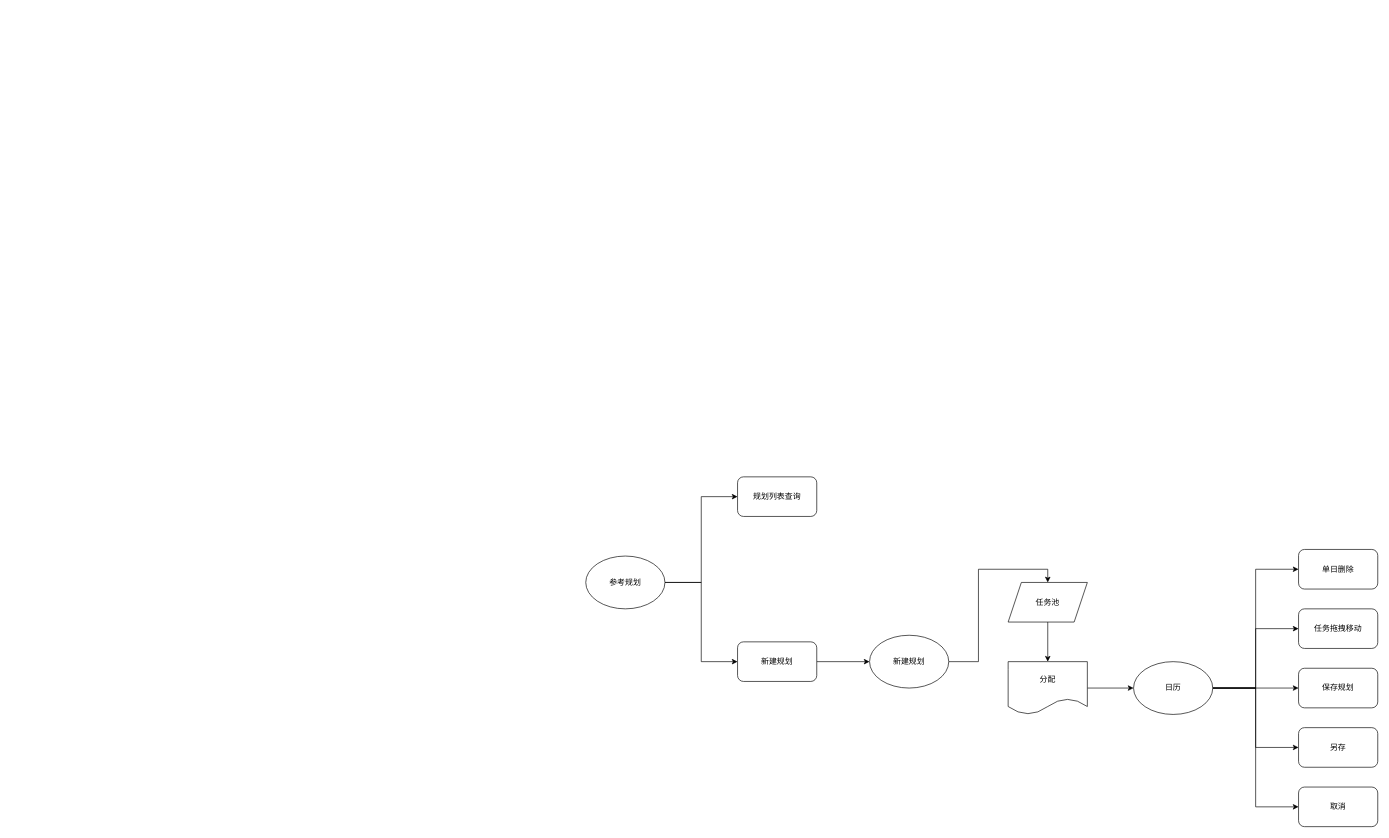
The draw.io diagram 自动分配任务.drawio in me-Minion/draw, before the edit. Source tidied: cells renumbered, new cells numbered last; positions are measured from the earlier drawing's top-left corner, leaving out a move shared by most shapes. Both pictures are drawn from the tidied source at 66%, with x=0, y=0 at pixel (585, 477).
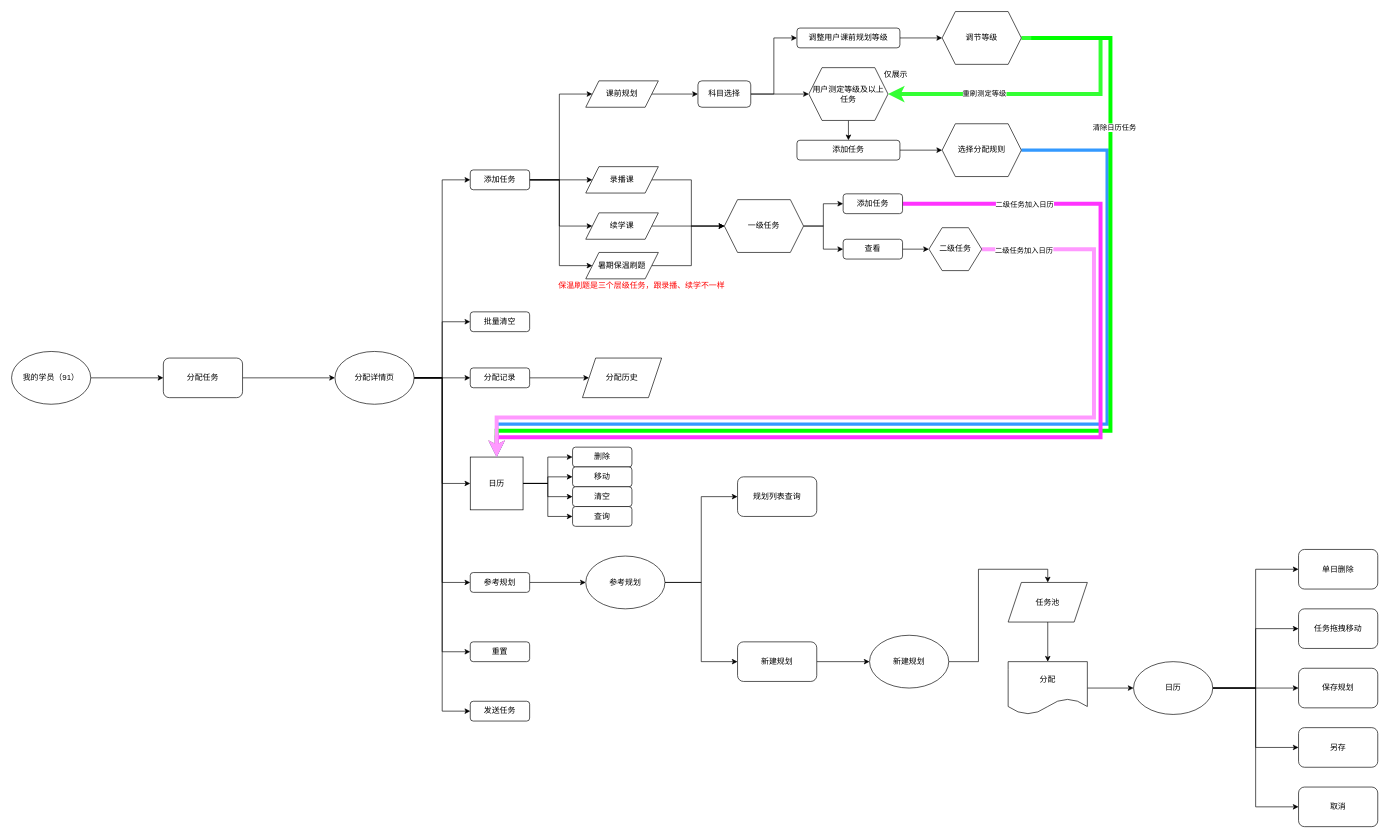
The same page after the edit.

Commit message (it also covers changes not shown here):
更新自动分配任务.drawio

The change refers to these unchanged cells:
```xml
<mxCell id="4" value="参考规划" style="ellipse;whiteSpace=wrap;html=1;" parent="1" vertex="1">
  <mxGeometry y="120" width="120" height="80" as="geometry" />
</mxCell>
```

Change to the diagram source:
```diff
@@
+    <mxCell id="25" style="edgeStyle=orthogonalEdgeStyle;rounded=0;jettySize=auto;html=1;exitX=1;exitY=0.5;exitDx=0;exitDy=0;" parent="1" edge="1" source="26" target="28">
+      <mxGeometry relative="1" as="geometry" />
+    </mxCell>
+    <mxCell id="26" value="我的学员（91）" style="ellipse;whiteSpace=wrap;html=1;" parent="1" vertex="1">
+      <mxGeometry x="-870" y="-190" width="120" height="80" as="geometry" />
+    </mxCell>
+    <mxCell id="27" style="edgeStyle=orthogonalEdgeStyle;rounded=0;jettySize=auto;html=1;exitX=1;exitY=0.5;exitDx=0;exitDy=0;" parent="1" edge="1" source="28" target="36">
+      <mxGeometry relative="1" as="geometry" />
+    </mxCell>
+    <mxCell id="28" value="分配任务" style="rounded=1;whiteSpace=wrap;html=1;" parent="1" vertex="1">
+      <mxGeometry x="-640" y="-180" width="120" height="60" as="geometry" />
+    </mxCell>
+    <mxCell id="29" style="edgeStyle=orthogonalEdgeStyle;rounded=0;jettySize=auto;html=1;exitX=1;exitY=0.5;exitDx=0;exitDy=0;entryX=0;entryY=0.5;entryDx=0;entryDy=0;" parent="1" edge="1" source="36" target="41">
+      <mxGeometry relative="1" as="geometry" />
+    </mxCell>
+    <mxCell id="30" style="edgeStyle=orthogonalEdgeStyle;rounded=0;jettySize=auto;html=1;exitX=1;exitY=0.5;exitDx=0;exitDy=0;entryX=0;entryY=0.5;entryDx=0;entryDy=0;" parent="1" edge="1" source="36" target="42">
+      <mxGeometry relative="1" as="geometry" />
+    </mxCell>
+    <mxCell id="31" style="edgeStyle=orthogonalEdgeStyle;rounded=0;jettySize=auto;html=1;exitX=1;exitY=0.5;exitDx=0;exitDy=0;entryX=0;entryY=0.5;entryDx=0;entryDy=0;" parent="1" edge="1" source="36" target="44">
+      <mxGeometry relative="1" as="geometry" />
+    </mxCell>
+    <mxCell id="32" style="edgeStyle=orthogonalEdgeStyle;rounded=0;jettySize=auto;html=1;exitX=1;exitY=0.5;exitDx=0;exitDy=0;entryX=0;entryY=0.5;entryDx=0;entryDy=0;" parent="1" edge="1" source="36" target="49">
+      <mxGeometry relative="1" as="geometry" />
+    </mxCell>
+    <mxCell id="33" style="edgeStyle=orthogonalEdgeStyle;rounded=0;jettySize=auto;html=1;exitX=1;exitY=0.5;exitDx=0;exitDy=0;entryX=0;entryY=0.5;entryDx=0;entryDy=0;" parent="1" edge="1" source="36" target="51">
+      <mxGeometry relative="1" as="geometry" />
+    </mxCell>
+    <mxCell id="34" style="edgeStyle=orthogonalEdgeStyle;rounded=0;jettySize=auto;html=1;exitX=1;exitY=0.5;exitDx=0;exitDy=0;entryX=0;entryY=0.5;entryDx=0;entryDy=0;" parent="1" edge="1" source="36" target="90">
+      <mxGeometry relative="1" as="geometry" />
+    </mxCell>
+    <mxCell id="35" style="edgeStyle=orthogonalEdgeStyle;rounded=0;jettySize=auto;html=1;exitX=1;exitY=0.5;exitDx=0;exitDy=0;entryX=0;entryY=0.5;entryDx=0;entryDy=0;" parent="1" edge="1" source="36" target="91">
+      <mxGeometry relative="1" as="geometry" />
+    </mxCell>
+    <mxCell id="36" value="分配详情页" style="ellipse;whiteSpace=wrap;html=1;" parent="1" vertex="1">
+      <mxGeometry x="-380" y="-190" width="120" height="80" as="geometry" />
+    </mxCell>
+    <mxCell id="37" style="edgeStyle=orthogonalEdgeStyle;rounded=0;jettySize=auto;html=1;exitX=1;exitY=0.5;exitDx=0;exitDy=0;entryX=0;entryY=0.5;entryDx=0;entryDy=0;" parent="1" edge="1" source="41" target="53">
+      <mxGeometry relative="1" as="geometry">
+        <Array as="points">
+          <mxPoint x="-40" y="-450" />
+          <mxPoint x="-40" y="-580" />
+        </Array>
+      </mxGeometry>
+    </mxCell>
+    <mxCell id="38" style="edgeStyle=orthogonalEdgeStyle;rounded=0;jettySize=auto;html=1;exitX=1;exitY=0.5;exitDx=0;exitDy=0;entryX=0;entryY=0.5;entryDx=0;entryDy=0;" parent="1" edge="1" source="41" target="55">
+      <mxGeometry relative="1" as="geometry">
+        <Array as="points">
+          <mxPoint x="-60" y="-450" />
+          <mxPoint x="-60" y="-450" />
+        </Array>
+      </mxGeometry>
+    </mxCell>
+    <mxCell id="39" style="edgeStyle=orthogonalEdgeStyle;rounded=0;jettySize=auto;html=1;exitX=1;exitY=0.5;exitDx=0;exitDy=0;entryX=0;entryY=0.5;entryDx=0;entryDy=0;" parent="1" edge="1" source="41" target="57">
+      <mxGeometry relative="1" as="geometry">
+        <Array as="points">
+          <mxPoint x="-40" y="-450" />
+          <mxPoint x="-40" y="-380" />
+        </Array>
+      </mxGeometry>
+    </mxCell>
+    <mxCell id="40" style="edgeStyle=orthogonalEdgeStyle;rounded=0;jettySize=auto;html=1;exitX=1;exitY=0.5;exitDx=0;exitDy=0;entryX=0;entryY=0.5;entryDx=0;entryDy=0;" parent="1" edge="1" source="41" target="59">
+      <mxGeometry relative="1" as="geometry">
+        <Array as="points">
+          <mxPoint x="-40" y="-450" />
+          <mxPoint x="-40" y="-320" />
+        </Array>
+      </mxGeometry>
+    </mxCell>
+    <mxCell id="41" value="添加任务" style="rounded=1;whiteSpace=wrap;html=1;" parent="1" vertex="1">
+      <mxGeometry x="-175" y="-465" width="90" height="30" as="geometry" />
+    </mxCell>
+    <mxCell id="42" value="批量清空" style="rounded=1;whiteSpace=wrap;html=1;" parent="1" vertex="1">
+      <mxGeometry x="-175" y="-250" width="90" height="30" as="geometry" />
+    </mxCell>
+    <mxCell id="43" style="edgeStyle=orthogonalEdgeStyle;rounded=0;jettySize=auto;html=1;exitX=1;exitY=0.5;exitDx=0;exitDy=0;entryX=0;entryY=0.5;entryDx=0;entryDy=0;" parent="1" edge="1" source="44" target="89">
+      <mxGeometry relative="1" as="geometry" />
+    </mxCell>
+    <mxCell id="44" value="分配记录" style="rounded=1;whiteSpace=wrap;html=1;" parent="1" vertex="1">
+      <mxGeometry x="-175" y="-165" width="90" height="30" as="geometry" />
+    </mxCell>
+    <mxCell id="45" style="edgeStyle=orthogonalEdgeStyle;rounded=0;jettySize=auto;html=1;exitX=1;exitY=0.5;exitDx=0;exitDy=0;entryX=0;entryY=0.5;entryDx=0;entryDy=0;" parent="1" edge="1" source="49" target="92">
+      <mxGeometry relative="1" as="geometry" />
+    </mxCell>
+    <mxCell id="46" style="edgeStyle=orthogonalEdgeStyle;rounded=0;jettySize=auto;html=1;exitX=1;exitY=0.5;exitDx=0;exitDy=0;" parent="1" edge="1" source="49" target="93">
+      <mxGeometry relative="1" as="geometry" />
+    </mxCell>
+    <mxCell id="47" style="edgeStyle=orthogonalEdgeStyle;rounded=0;jettySize=auto;html=1;exitX=1;exitY=0.5;exitDx=0;exitDy=0;" parent="1" edge="1" source="49" target="94">
+      <mxGeometry relative="1" as="geometry" />
+    </mxCell>
+    <mxCell id="48" style="edgeStyle=orthogonalEdgeStyle;rounded=0;jettySize=auto;html=1;exitX=1;exitY=0.5;exitDx=0;exitDy=0;entryX=0;entryY=0.5;entryDx=0;entryDy=0;" parent="1" edge="1" source="49" target="95">
+      <mxGeometry relative="1" as="geometry" />
+    </mxCell>
+    <mxCell id="49" value="日历" style="whiteSpace=wrap;html=1;" parent="1" vertex="1">
+      <mxGeometry x="-175" y="-30" width="80" height="80" as="geometry" />
+    </mxCell>
+    <mxCell id="50" style="edgeStyle=orthogonalEdgeStyle;rounded=0;jettySize=auto;html=1;exitX=1;exitY=0.5;exitDx=0;exitDy=0;" parent="1" edge="1" source="51" target="4">
+      <mxGeometry relative="1" as="geometry" />
+    </mxCell>
+    <mxCell id="51" value="参考规划" style="rounded=1;whiteSpace=wrap;html=1;" parent="1" vertex="1">
+      <mxGeometry x="-175" y="145" width="90" height="30" as="geometry" />
+    </mxCell>
+    <mxCell id="52" style="edgeStyle=orthogonalEdgeStyle;rounded=0;jettySize=auto;html=1;exitX=1;exitY=0.5;exitDx=0;exitDy=0;entryX=0;entryY=0.5;entryDx=0;entryDy=0;" parent="1" edge="1" source="53" target="68">
+      <mxGeometry relative="1" as="geometry" />
+    </mxCell>
+    <mxCell id="53" value="课前规划" style="shape=parallelogram;perimeter=parallelogramPerimeter;whiteSpace=wrap;html=1;fixedSize=1;" parent="1" vertex="1">
+      <mxGeometry y="-600" width="110" height="40" as="geometry" />
+    </mxCell>
+    <mxCell id="54" style="edgeStyle=orthogonalEdgeStyle;rounded=0;jettySize=auto;html=1;exitX=1;exitY=0.5;exitDx=0;exitDy=0;entryX=0;entryY=0.5;entryDx=0;entryDy=0;" parent="1" edge="1" source="55" target="79">
+      <mxGeometry relative="1" as="geometry" />
+    </mxCell>
+    <mxCell id="55" value="录播课" style="shape=parallelogram;perimeter=parallelogramPerimeter;whiteSpace=wrap;html=1;fixedSize=1;" parent="1" vertex="1">
+      <mxGeometry y="-470" width="110" height="40" as="geometry" />
+    </mxCell>
+    <mxCell id="56" style="edgeStyle=orthogonalEdgeStyle;rounded=0;jettySize=auto;html=1;exitX=1;exitY=0.5;exitDx=0;exitDy=0;entryX=0;entryY=0.5;entryDx=0;entryDy=0;" parent="1" edge="1" source="57" target="79">
+      <mxGeometry relative="1" as="geometry" />
+    </mxCell>
+    <mxCell id="57" value="续学课" style="shape=parallelogram;perimeter=parallelogramPerimeter;whiteSpace=wrap;html=1;fixedSize=1;" parent="1" vertex="1">
+      <mxGeometry y="-400" width="110" height="40" as="geometry" />
+    </mxCell>
+    <mxCell id="58" style="edgeStyle=orthogonalEdgeStyle;rounded=0;jettySize=auto;html=1;exitX=1;exitY=0.5;exitDx=0;exitDy=0;entryX=0;entryY=0.5;entryDx=0;entryDy=0;" parent="1" edge="1" source="59" target="79">
+      <mxGeometry relative="1" as="geometry" />
+    </mxCell>
+    <mxCell id="59" value="暑期保温刷题" style="shape=parallelogram;perimeter=parallelogramPerimeter;whiteSpace=wrap;html=1;fixedSize=1;" parent="1" vertex="1">
+      <mxGeometry y="-340" width="110" height="40" as="geometry" />
+    </mxCell>
+    <mxCell id="60" style="edgeStyle=orthogonalEdgeStyle;rounded=0;jettySize=auto;html=1;exitX=1;exitY=0.5;exitDx=0;exitDy=0;" parent="1" edge="1" source="61" target="76">
+      <mxGeometry relative="1" as="geometry" />
+    </mxCell>
+    <mxCell id="61" value="调整用户课前规划等级" style="rounded=1;whiteSpace=wrap;html=1;" parent="1" vertex="1">
+      <mxGeometry x="320" y="-680" width="156" height="30" as="geometry" />
+    </mxCell>
+    <mxCell id="62" style="edgeStyle=orthogonalEdgeStyle;rounded=0;jettySize=auto;html=1;exitX=0.5;exitY=1;exitDx=0;exitDy=0;entryX=0.5;entryY=0;entryDx=0;entryDy=0;" parent="1" edge="1" source="63" target="65">
+      <mxGeometry relative="1" as="geometry" />
+    </mxCell>
+    <mxCell id="63" value="用户测定等级及以上任务" style="shape=hexagon;perimeter=hexagonPerimeter2;whiteSpace=wrap;html=1;fixedSize=1;" parent="1" vertex="1">
+      <mxGeometry x="338" y="-620" width="120" height="80" as="geometry" />
+    </mxCell>
+    <mxCell id="64" style="edgeStyle=orthogonalEdgeStyle;rounded=0;jettySize=auto;html=1;exitX=1;exitY=0.5;exitDx=0;exitDy=0;" parent="1" edge="1" source="65" target="70">
+      <mxGeometry relative="1" as="geometry" />
+    </mxCell>
+    <mxCell id="65" value="添加任务" style="rounded=1;whiteSpace=wrap;html=1;" parent="1" vertex="1">
+      <mxGeometry x="320" y="-510" width="156" height="30" as="geometry" />
+    </mxCell>
+    <mxCell id="66" style="edgeStyle=orthogonalEdgeStyle;rounded=0;jettySize=auto;html=1;exitX=1;exitY=0.5;exitDx=0;exitDy=0;entryX=0;entryY=0.5;entryDx=0;entryDy=0;" parent="1" edge="1" source="68" target="61">
+      <mxGeometry relative="1" as="geometry" />
+    </mxCell>
+    <mxCell id="67" style="edgeStyle=orthogonalEdgeStyle;rounded=0;jettySize=auto;html=1;exitX=1;exitY=0.5;exitDx=0;exitDy=0;entryX=0;entryY=0.5;entryDx=0;entryDy=0;" parent="1" edge="1" source="68" target="63">
+      <mxGeometry relative="1" as="geometry" />
+    </mxCell>
+    <mxCell id="68" value="科目选择" style="rounded=1;whiteSpace=wrap;html=1;" parent="1" vertex="1">
+      <mxGeometry x="170" y="-600" width="80" height="40" as="geometry" />
+    </mxCell>
+    <mxCell id="69" style="edgeStyle=orthogonalEdgeStyle;rounded=0;jettySize=auto;html=1;exitX=1;exitY=0.5;exitDx=0;exitDy=0;entryX=0.5;entryY=0;entryDx=0;entryDy=0;strokeColor=#3399FF;strokeWidth=5;" parent="1" edge="1" source="70" target="49">
+      <mxGeometry relative="1" as="geometry">
+        <Array as="points">
+          <mxPoint x="790" y="-495" />
+          <mxPoint x="790" y="-80" />
+          <mxPoint x="-135" y="-80" />
+        </Array>
+      </mxGeometry>
+    </mxCell>
+    <mxCell id="70" value="选择分配规则" style="shape=hexagon;perimeter=hexagonPerimeter2;whiteSpace=wrap;html=1;fixedSize=1;" parent="1" vertex="1">
+      <mxGeometry x="540" y="-535" width="120" height="80" as="geometry" />
+    </mxCell>
+    <mxCell id="71" value="仅展示" style="text;html=1;align=center;verticalAlign=middle;whiteSpace=wrap;rounded=0;" parent="1" vertex="1">
+      <mxGeometry x="440" y="-625" width="60" height="30" as="geometry" />
+    </mxCell>
+    <mxCell id="72" style="edgeStyle=orthogonalEdgeStyle;rounded=0;jettySize=auto;html=1;exitX=1;exitY=0.5;exitDx=0;exitDy=0;entryX=1;entryY=0.5;entryDx=0;entryDy=0;strokeWidth=6;strokeColor=#33FF33;" parent="1" edge="1" source="76" target="63">
+      <mxGeometry relative="1" as="geometry">
+        <Array as="points">
+          <mxPoint x="780" y="-665" />
+          <mxPoint x="780" y="-580" />
+        </Array>
+      </mxGeometry>
+    </mxCell>
+    <mxCell id="73" value="重刷测定等级" style="edgeLabel;html=1;align=center;verticalAlign=middle;" parent="72" vertex="1">
+      <mxGeometry x="0.45" y="-1" relative="1" as="geometry" />
+    </mxCell>
+    <mxCell id="74" style="edgeStyle=orthogonalEdgeStyle;rounded=0;jettySize=auto;html=1;exitX=1;exitY=0.5;exitDx=0;exitDy=0;strokeColor=#00FF00;strokeWidth=6;entryX=0.5;entryY=0;entryDx=0;entryDy=0;" parent="1" edge="1" target="49">
+      <mxGeometry relative="1" as="geometry">
+        <mxPoint x="675" y="-665" as="sourcePoint" />
+        <Array as="points">
+          <mxPoint x="795" y="-665" />
+          <mxPoint x="795" y="-70" />
+          <mxPoint x="-135" y="-70" />
+        </Array>
+      </mxGeometry>
+    </mxCell>
+    <mxCell id="75" value="清除日历任务" style="edgeLabel;html=1;align=center;verticalAlign=middle;" parent="74" vertex="1">
+      <mxGeometry x="-0.92" y="1" relative="1" as="geometry">
+        <mxPoint x="58" y="136" as="offset" />
+      </mxGeometry>
+    </mxCell>
+    <mxCell id="76" value="调节等级" style="shape=hexagon;perimeter=hexagonPerimeter2;whiteSpace=wrap;html=1;fixedSize=1;" parent="1" vertex="1">
+      <mxGeometry x="540" y="-705" width="120" height="80" as="geometry" />
+    </mxCell>
+    <mxCell id="77" style="edgeStyle=orthogonalEdgeStyle;rounded=0;jettySize=auto;html=1;exitX=1;exitY=0.5;exitDx=0;exitDy=0;entryX=0;entryY=0.5;entryDx=0;entryDy=0;" parent="1" edge="1" source="79" target="82">
+      <mxGeometry relative="1" as="geometry" />
+    </mxCell>
+    <mxCell id="78" style="edgeStyle=orthogonalEdgeStyle;rounded=0;jettySize=auto;html=1;exitX=1;exitY=0.5;exitDx=0;exitDy=0;entryX=0;entryY=0.5;entryDx=0;entryDy=0;" parent="1" edge="1" source="79" target="84">
+      <mxGeometry relative="1" as="geometry" />
+    </mxCell>
+    <mxCell id="79" value="一级任务" style="shape=hexagon;perimeter=hexagonPerimeter2;whiteSpace=wrap;html=1;fixedSize=1;" parent="1" vertex="1">
+      <mxGeometry x="210" y="-420" width="120" height="80" as="geometry" />
+    </mxCell>
+    <mxCell id="80" style="edgeStyle=orthogonalEdgeStyle;rounded=0;jettySize=auto;html=1;exitX=1;exitY=0.5;exitDx=0;exitDy=0;entryX=0.5;entryY=0;entryDx=0;entryDy=0;strokeWidth=6;strokeColor=#FF33FF;" parent="1" edge="1" source="82" target="49">
+      <mxGeometry relative="1" as="geometry">
+        <Array as="points">
+          <mxPoint x="780" y="-414" />
+          <mxPoint x="780" y="-60" />
+          <mxPoint x="-135" y="-60" />
+        </Array>
+      </mxGeometry>
+    </mxCell>
+    <mxCell id="81" value="二级任务加入日历" style="edgeLabel;html=1;align=center;verticalAlign=middle;" parent="80" vertex="1">
+      <mxGeometry x="-0.77" relative="1" as="geometry" />
+    </mxCell>
+    <mxCell id="82" value="添加任务" style="rounded=1;whiteSpace=wrap;html=1;" parent="1" vertex="1">
+      <mxGeometry x="390" y="-428.8" width="90" height="30" as="geometry" />
+    </mxCell>
+    <mxCell id="83" style="edgeStyle=orthogonalEdgeStyle;rounded=0;jettySize=auto;html=1;exitX=1;exitY=0.5;exitDx=0;exitDy=0;entryX=0;entryY=0.5;entryDx=0;entryDy=0;" parent="1" edge="1" source="84" target="87">
+      <mxGeometry relative="1" as="geometry" />
+    </mxCell>
+    <mxCell id="84" value="查看" style="rounded=1;whiteSpace=wrap;html=1;" parent="1" vertex="1">
+      <mxGeometry x="390" y="-360" width="90" height="30" as="geometry" />
+    </mxCell>
+    <mxCell id="85" style="edgeStyle=orthogonalEdgeStyle;rounded=0;jettySize=auto;html=1;exitX=1;exitY=0.5;exitDx=0;exitDy=0;entryX=0.5;entryY=0;entryDx=0;entryDy=0;strokeWidth=6;strokeColor=#FF99FF;" parent="1" edge="1" source="87" target="49">
+      <mxGeometry relative="1" as="geometry">
+        <Array as="points">
+          <mxPoint x="770" y="-345" />
+          <mxPoint x="770" y="-90" />
+          <mxPoint x="-135" y="-90" />
+        </Array>
+      </mxGeometry>
+    </mxCell>
+    <mxCell id="86" value="二级任务加入日历" style="edgeLabel;html=1;align=center;verticalAlign=middle;" parent="85" vertex="1">
+      <mxGeometry x="-0.91" y="-1" relative="1" as="geometry" />
+    </mxCell>
+    <mxCell id="87" value="二级任务" style="shape=hexagon;perimeter=hexagonPerimeter2;whiteSpace=wrap;html=1;fixedSize=1;" parent="1" vertex="1">
+      <mxGeometry x="520" y="-377.5" width="80" height="65" as="geometry" />
+    </mxCell>
+    <mxCell id="88" value="&lt;font color=&quot;#ff0000&quot;&gt;保温刷题是三个层级任务，跟录播、续学不一样&lt;/font&gt;" style="text;html=1;align=center;verticalAlign=middle;whiteSpace=wrap;rounded=0;" parent="1" vertex="1">
+      <mxGeometry x="-50" y="-310" width="270" height="40" as="geometry" />
+    </mxCell>
+    <mxCell id="89" value="分配历史" style="shape=parallelogram;perimeter=parallelogramPerimeter;whiteSpace=wrap;html=1;fixedSize=1;" parent="1" vertex="1">
+      <mxGeometry x="-5" y="-180" width="120" height="60" as="geometry" />
+    </mxCell>
+    <mxCell id="90" value="重置" style="rounded=1;whiteSpace=wrap;html=1;" parent="1" vertex="1">
+      <mxGeometry x="-175" y="250" width="90" height="30" as="geometry" />
+    </mxCell>
+    <mxCell id="91" value="发送任务" style="rounded=1;whiteSpace=wrap;html=1;" parent="1" vertex="1">
+      <mxGeometry x="-175" y="340" width="90" height="30" as="geometry" />
+    </mxCell>
+    <mxCell id="92" value="删除" style="rounded=1;whiteSpace=wrap;html=1;" parent="1" vertex="1">
+      <mxGeometry x="-20" y="-45" width="90" height="30" as="geometry" />
+    </mxCell>
+    <mxCell id="93" value="移动" style="rounded=1;whiteSpace=wrap;html=1;" parent="1" vertex="1">
+      <mxGeometry x="-20" y="-15" width="90" height="30" as="geometry" />
+    </mxCell>
+    <mxCell id="94" value="清空" style="rounded=1;whiteSpace=wrap;html=1;" parent="1" vertex="1">
+      <mxGeometry x="-20" y="15" width="90" height="30" as="geometry" />
+    </mxCell>
+    <mxCell id="95" value="查询" style="rounded=1;whiteSpace=wrap;html=1;" parent="1" vertex="1">
+      <mxGeometry x="-20" y="45" width="90" height="30" as="geometry" />
+    </mxCell>
```
